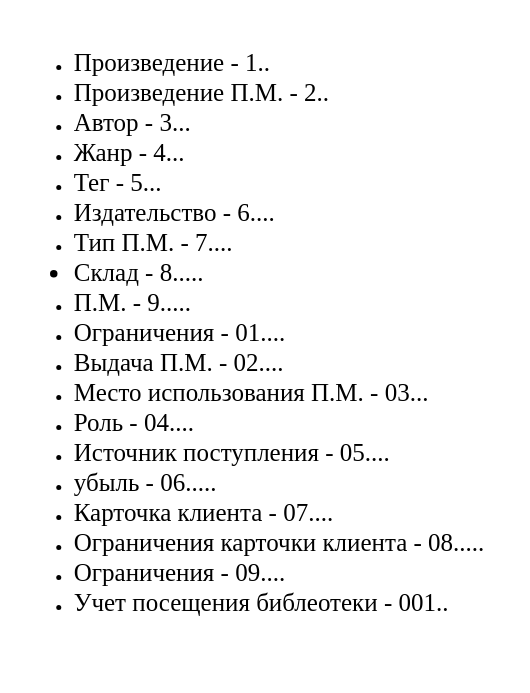
Above: page "Страница — 3" (4 of 4) of Диаграмма без названия.drawio in whoIsJhonGalt/repFirst (draw.io), before the change. Source tidied: cells renumbered, new cells numbered last; positions are measured from the earlier drawing's top-left corner, leaving out a move shared by most shapes. Both pictures are drawn from the tidied source at 125%, with x=0, y=0 at pixel (21, 21).
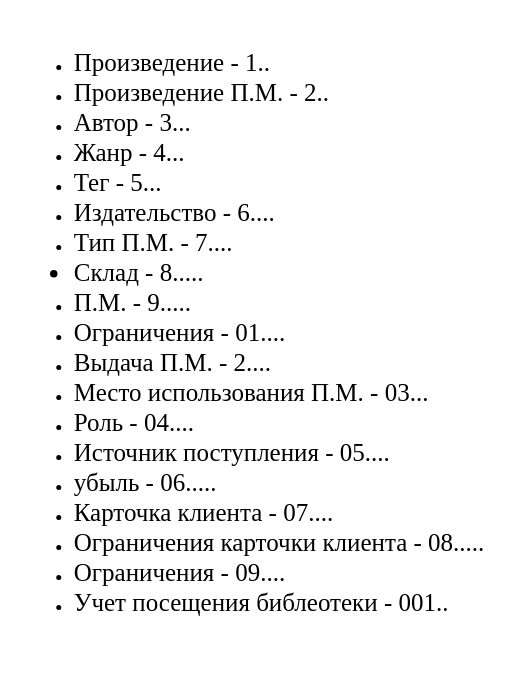
The same diagram, later.

Diff of the diagram source:
```diff
@@
 <mxGraphModel>
   <root>
     <mxCell id="0" />
     <mxCell id="1" parent="0" />
-    <mxCell id="2" value="&lt;ul&gt;&lt;li&gt;&lt;span style=&quot;background-color: rgb(255, 255, 255);&quot;&gt;&lt;span style=&quot;font-size: 20px;&quot;&gt;Произведение - 1..&lt;/span&gt;&lt;br&gt;&lt;/span&gt;&lt;/li&gt;&lt;li&gt;&lt;span style=&quot;background-color: rgb(255, 255, 255);&quot;&gt;&lt;span style=&quot;font-size: 20px;&quot;&gt;Произведение П.М. - 2..&lt;/span&gt;&lt;br&gt;&lt;/span&gt;&lt;/li&gt;&lt;li&gt;&lt;span style=&quot;background-color: rgb(255, 255, 255);&quot;&gt;&lt;span style=&quot;font-size: 20px;&quot;&gt;Автор - 3...&lt;/span&gt;&lt;br&gt;&lt;/span&gt;&lt;/li&gt;&lt;li&gt;&lt;span style=&quot;background-color: rgb(255, 255, 255);&quot;&gt;&lt;span style=&quot;font-size: 20px;&quot;&gt;Жанр - 4...&lt;/span&gt;&lt;br&gt;&lt;/span&gt;&lt;/li&gt;&lt;li&gt;&lt;span style=&quot;background-color: rgb(255, 255, 255);&quot;&gt;&lt;span style=&quot;font-size: 20px;&quot;&gt;Тег - 5...&lt;/span&gt;&lt;br&gt;&lt;/span&gt;&lt;/li&gt;&lt;li&gt;&lt;span style=&quot;background-color: rgb(255, 255, 255);&quot;&gt;&lt;span style=&quot;font-size: 20px;&quot;&gt;Издательство - 6....&lt;/span&gt;&lt;br&gt;&lt;/span&gt;&lt;/li&gt;&lt;li&gt;&lt;span style=&quot;background-color: rgb(255, 255, 255);&quot;&gt;&lt;span style=&quot;font-size: 20px;&quot;&gt;Тип П.М. - 7....&lt;/span&gt;&lt;br&gt;&lt;/span&gt;&lt;/li&gt;&lt;li style=&quot;font-size: 20px;&quot;&gt;&lt;span style=&quot;background-color: rgb(255, 255, 255);&quot;&gt;Склад - 8.....&lt;br&gt;&lt;/span&gt;&lt;/li&gt;&lt;li&gt;&lt;span style=&quot;background-color: rgb(255, 255, 255);&quot;&gt;&lt;span style=&quot;font-size: 20px;&quot;&gt;П.М. - 9.....&lt;/span&gt;&lt;br&gt;&lt;/span&gt;&lt;/li&gt;&lt;li&gt;&lt;span style=&quot;background-color: rgb(255, 255, 255);&quot;&gt;&lt;span style=&quot;font-size: 20px;&quot;&gt;Ограничения - 01....&lt;/span&gt;&lt;br&gt;&lt;/span&gt;&lt;/li&gt;&lt;li&gt;&lt;span style=&quot;background-color: rgb(255, 255, 255);&quot;&gt;&lt;span style=&quot;font-size: 20px;&quot;&gt;Выдача П.М. - 02....&lt;/span&gt;&lt;br&gt;&lt;/span&gt;&lt;/li&gt;&lt;li&gt;&lt;span style=&quot;background-color: rgb(255, 255, 255);&quot;&gt;&lt;span style=&quot;font-size: 20px;&quot;&gt;Место использования П.М. - 03...&lt;/span&gt;&lt;br&gt;&lt;/span&gt;&lt;/li&gt;&lt;li&gt;&lt;span style=&quot;background-color: rgb(255, 255, 255);&quot;&gt;&lt;span style=&quot;font-size: 20px;&quot;&gt;Роль - 04....&lt;/span&gt;&lt;br&gt;&lt;/span&gt;&lt;/li&gt;&lt;li&gt;&lt;span style=&quot;background-color: rgb(255, 255, 255);&quot;&gt;&lt;span style=&quot;font-size: 20px;&quot;&gt;Источник поступления - 05....&lt;/span&gt;&lt;br&gt;&lt;/span&gt;&lt;/li&gt;&lt;li&gt;&lt;span style=&quot;background-color: rgb(255, 255, 255);&quot;&gt;&lt;span style=&quot;font-size: 20px;&quot;&gt;убыль - 06.....&lt;/span&gt;&lt;br&gt;&lt;/span&gt;&lt;/li&gt;&lt;li&gt;&lt;span style=&quot;background-color: rgb(255, 255, 255);&quot;&gt;&lt;span style=&quot;font-size: 20px;&quot;&gt;Карточка клиента - 07....&lt;/span&gt;&lt;br&gt;&lt;/span&gt;&lt;/li&gt;&lt;li&gt;&lt;span style=&quot;background-color: rgb(255, 255, 255);&quot;&gt;&lt;span style=&quot;font-size: 20px;&quot;&gt;Ограничения карточки клиента - 08.....&lt;/span&gt;&lt;br&gt;&lt;/span&gt;&lt;/li&gt;&lt;li&gt;&lt;span style=&quot;background-color: rgb(255, 255, 255);&quot;&gt;&lt;span style=&quot;font-size: 20px;&quot;&gt;Ограничения - 09....&lt;/span&gt;&lt;br&gt;&lt;/span&gt;&lt;/li&gt;&lt;li&gt;&lt;span style=&quot;background-color: rgb(255, 255, 255);&quot;&gt;&lt;span style=&quot;font-size: 20px;&quot;&gt;Учет посещения библеотеки - 001..&lt;/span&gt;&lt;/span&gt;&lt;/li&gt;&lt;/ul&gt;&lt;font style=&quot;font-size: 20px;&quot;&gt;&lt;br&gt;&lt;/font&gt;" style="text;html=1;align=left;verticalAlign=middle;strokeColor=none;fillColor=none;fontSize=12;fontFamily=Times New Roman;fontColor=#000000;" parent="1" vertex="1">
+    <mxCell id="2" value="&lt;ul&gt;&lt;li&gt;&lt;span style=&quot;background-color: rgb(255, 255, 255);&quot;&gt;&lt;span style=&quot;font-size: 20px;&quot;&gt;Произведение - 1..&lt;/span&gt;&lt;br&gt;&lt;/span&gt;&lt;/li&gt;&lt;li&gt;&lt;span style=&quot;background-color: rgb(255, 255, 255);&quot;&gt;&lt;span style=&quot;font-size: 20px;&quot;&gt;Произведение П.М. - 2..&lt;/span&gt;&lt;br&gt;&lt;/span&gt;&lt;/li&gt;&lt;li&gt;&lt;span style=&quot;background-color: rgb(255, 255, 255);&quot;&gt;&lt;span style=&quot;font-size: 20px;&quot;&gt;Автор - 3...&lt;/span&gt;&lt;br&gt;&lt;/span&gt;&lt;/li&gt;&lt;li&gt;&lt;span style=&quot;background-color: rgb(255, 255, 255);&quot;&gt;&lt;span style=&quot;font-size: 20px;&quot;&gt;Жанр - 4...&lt;/span&gt;&lt;br&gt;&lt;/span&gt;&lt;/li&gt;&lt;li&gt;&lt;span style=&quot;background-color: rgb(255, 255, 255);&quot;&gt;&lt;span style=&quot;font-size: 20px;&quot;&gt;Тег - 5...&lt;/span&gt;&lt;br&gt;&lt;/span&gt;&lt;/li&gt;&lt;li&gt;&lt;span style=&quot;background-color: rgb(255, 255, 255);&quot;&gt;&lt;span style=&quot;font-size: 20px;&quot;&gt;Издательство - 6....&lt;/span&gt;&lt;br&gt;&lt;/span&gt;&lt;/li&gt;&lt;li&gt;&lt;span style=&quot;background-color: rgb(255, 255, 255);&quot;&gt;&lt;span style=&quot;font-size: 20px;&quot;&gt;Тип П.М. - 7....&lt;/span&gt;&lt;br&gt;&lt;/span&gt;&lt;/li&gt;&lt;li style=&quot;font-size: 20px;&quot;&gt;&lt;span style=&quot;background-color: rgb(255, 255, 255);&quot;&gt;Склад - 8.....&lt;br&gt;&lt;/span&gt;&lt;/li&gt;&lt;li&gt;&lt;span style=&quot;background-color: rgb(255, 255, 255);&quot;&gt;&lt;span style=&quot;font-size: 20px;&quot;&gt;П.М. - 9.....&lt;/span&gt;&lt;br&gt;&lt;/span&gt;&lt;/li&gt;&lt;li&gt;&lt;span style=&quot;background-color: rgb(255, 255, 255);&quot;&gt;&lt;span style=&quot;font-size: 20px;&quot;&gt;Ограничения - 01....&lt;/span&gt;&lt;br&gt;&lt;/span&gt;&lt;/li&gt;&lt;li&gt;&lt;span style=&quot;background-color: rgb(255, 255, 255);&quot;&gt;&lt;span style=&quot;font-size: 20px;&quot;&gt;Выдача П.М. - 2....&lt;/span&gt;&lt;br&gt;&lt;/span&gt;&lt;/li&gt;&lt;li&gt;&lt;span style=&quot;background-color: rgb(255, 255, 255);&quot;&gt;&lt;span style=&quot;font-size: 20px;&quot;&gt;Место использования П.М. - 03...&lt;/span&gt;&lt;br&gt;&lt;/span&gt;&lt;/li&gt;&lt;li&gt;&lt;span style=&quot;background-color: rgb(255, 255, 255);&quot;&gt;&lt;span style=&quot;font-size: 20px;&quot;&gt;Роль - 04....&lt;/span&gt;&lt;br&gt;&lt;/span&gt;&lt;/li&gt;&lt;li&gt;&lt;span style=&quot;background-color: rgb(255, 255, 255);&quot;&gt;&lt;span style=&quot;font-size: 20px;&quot;&gt;Источник поступления - 05....&lt;/span&gt;&lt;br&gt;&lt;/span&gt;&lt;/li&gt;&lt;li&gt;&lt;span style=&quot;background-color: rgb(255, 255, 255);&quot;&gt;&lt;span style=&quot;font-size: 20px;&quot;&gt;убыль - 06.....&lt;/span&gt;&lt;br&gt;&lt;/span&gt;&lt;/li&gt;&lt;li&gt;&lt;span style=&quot;background-color: rgb(255, 255, 255);&quot;&gt;&lt;span style=&quot;font-size: 20px;&quot;&gt;Карточка клиента - 07....&lt;/span&gt;&lt;br&gt;&lt;/span&gt;&lt;/li&gt;&lt;li&gt;&lt;span style=&quot;background-color: rgb(255, 255, 255);&quot;&gt;&lt;span style=&quot;font-size: 20px;&quot;&gt;Ограничения карточки клиента - 08.....&lt;/span&gt;&lt;br&gt;&lt;/span&gt;&lt;/li&gt;&lt;li&gt;&lt;span style=&quot;background-color: rgb(255, 255, 255);&quot;&gt;&lt;span style=&quot;font-size: 20px;&quot;&gt;Ограничения - 09....&lt;/span&gt;&lt;br&gt;&lt;/span&gt;&lt;/li&gt;&lt;li&gt;&lt;span style=&quot;background-color: rgb(255, 255, 255);&quot;&gt;&lt;span style=&quot;font-size: 20px;&quot;&gt;Учет посещения библеотеки - 001..&lt;/span&gt;&lt;/span&gt;&lt;/li&gt;&lt;/ul&gt;&lt;font style=&quot;font-size: 20px;&quot;&gt;&lt;br&gt;&lt;/font&gt;" style="text;html=1;align=left;verticalAlign=middle;strokeColor=none;fillColor=none;fontSize=12;fontFamily=Times New Roman;fontColor=#000000;" parent="1" vertex="1">
       <mxGeometry width="390" height="520" as="geometry" />
     </mxCell>
   </root>
 </mxGraphModel>
```
